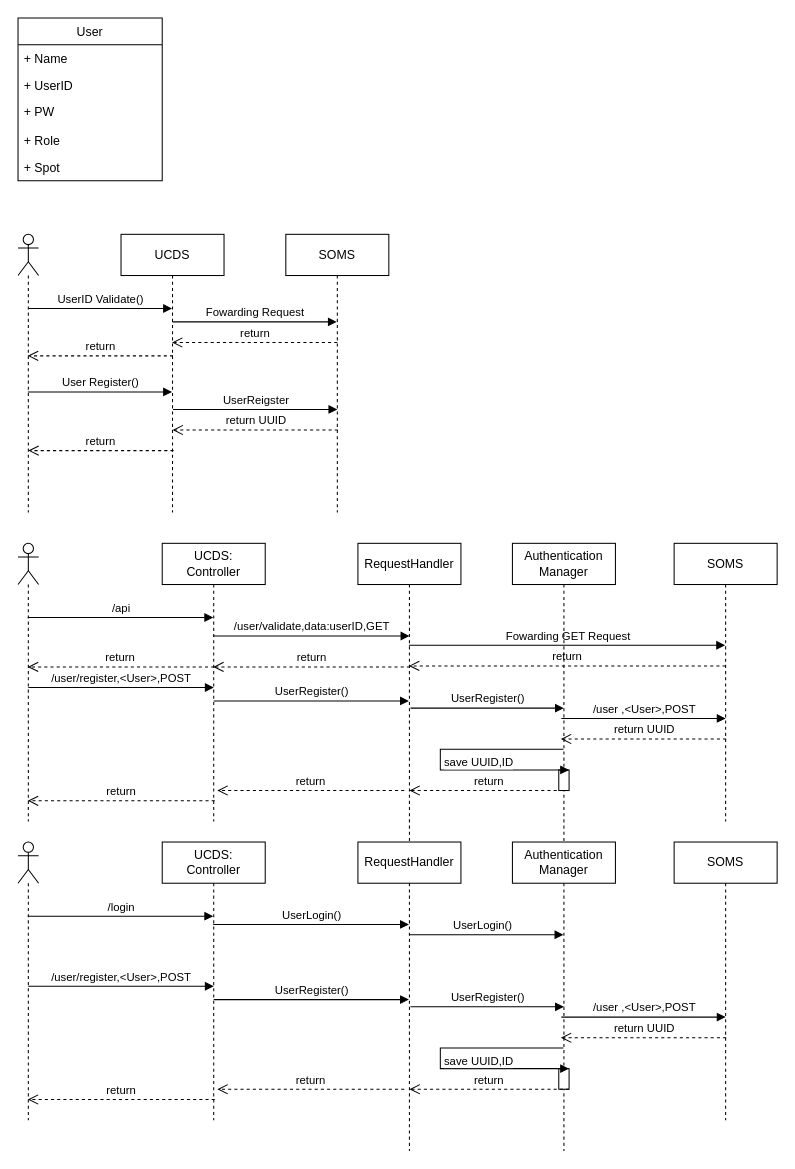
This is page "Register&Login" (3 of 3) of UDCS/docs/TransactionOOAD.drawio from KwonSunJae/CloudPlatform, a draw.io file, before an edit. Source tidied: cells renumbered, new cells numbered last; positions are measured from the earlier drawing's top-left corner, leaving out a move shared by most shapes. Both pictures are drawn from the tidied source at 103%, with x=0, y=0 at pixel (18, 18).
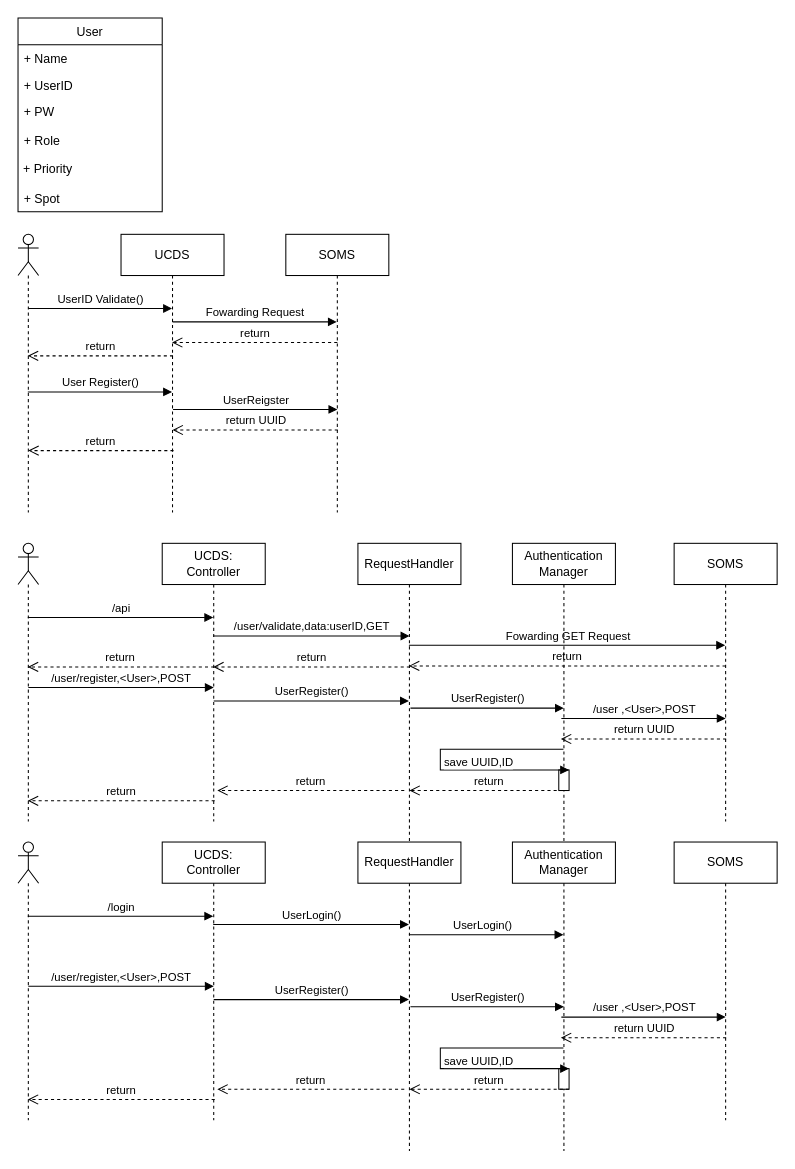
The same diagram, later.

Diff of the diagram source:
```diff
@@
     <mxCell id="11" value="User" style="swimlane;fontStyle=0;horizontal=1;startSize=26;fillColor=none;" parent="1" vertex="1">
-      <mxGeometry width="140" height="158" as="geometry" />
+      <mxGeometry width="140" height="188" as="geometry" />
     </mxCell>
@@
+    <mxCell id="58" value="&amp;nbsp;+ Priority" style="text;html=1;strokeColor=none;fillColor=none;align=left;verticalAlign=middle;whiteSpace=wrap;rounded=0;" parent="11" vertex="1">
+      <mxGeometry y="132" width="140" height="30" as="geometry" />
+    </mxCell>
     <mxCell id="16" value="+ Spot" style="text;strokeColor=none;fillColor=none;align=left;verticalAlign=top;spacingLeft=4;spacingRight=4;overflow=hidden;" parent="11" vertex="1">
-      <mxGeometry y="132" width="140" height="26" as="geometry" />
+      <mxGeometry y="162" width="140" height="26" as="geometry" />
     </mxCell>
```
